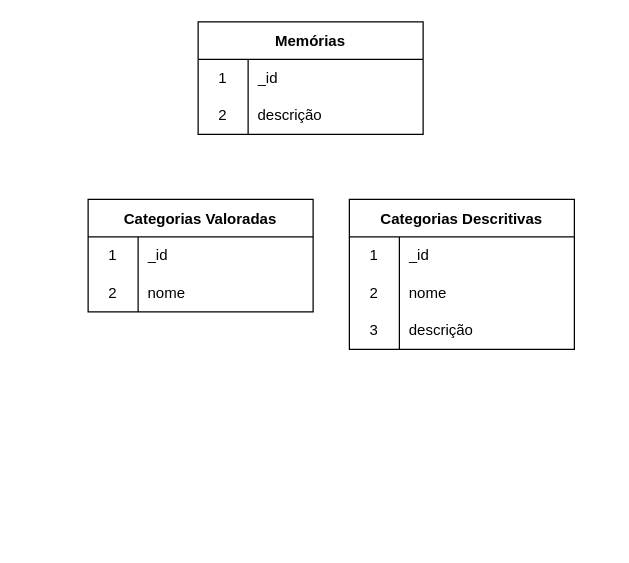
Earlier version of the draw.io diagram docs/diagrama_de_dados_aurora.drawio (marvinho-tn/aurora). Source tidied: cells renumbered, new cells numbered last; positions are measured from the earlier drawing's top-left corner, leaving out a move shared by most shapes. Both pictures are drawn from the tidied source at 125%, with x=0, y=0 at pixel (88, 21).
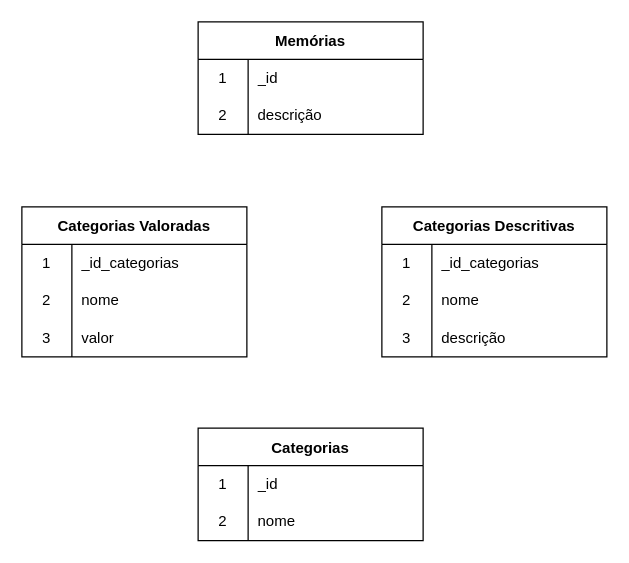
The same page after the edit.

The change refers to these unchanged cells:
```xml
<mxCell id="17" style="shape=tableRow;horizontal=0;startSize=0;swimlaneHead=0;swimlaneBody=0;top=0;left=0;bottom=0;right=0;fillColor=none;" parent="16" vertex="1">
  <mxGeometry y="30" width="180" height="30" as="geometry" />
</mxCell>
```

What changed in the source:
```diff
@@
-    <mxCell id="9" value="Categorias Valoradas" style="shape=table;startSize=30;childLayout=tableLayout;rowLines=0;fontStyle=1;" parent="1" vertex="1">
-      <mxGeometry y="142" width="180" height="90" as="geometry" />
-    </mxCell>
-    <mxCell id="10" style="shape=tableRow;horizontal=0;startSize=0;swimlaneHead=0;swimlaneBody=0;top=0;left=0;bottom=0;right=0;fillColor=none;" parent="9" vertex="1">
-      <mxGeometry y="30" width="180" height="30" as="geometry" />
-    </mxCell>
-    <mxCell id="11" value="1" style="shape=partialRectangle;html=1;whiteSpace=wrap;fillColor=none;top=0;left=0;bottom=0;right=0;overflow=hidden;" parent="10" vertex="1">
-      <mxGeometry width="40" height="30" as="geometry" />
-    </mxCell>
-    <mxCell id="12" value="_id" style="shape=partialRectangle;html=1;whiteSpace=wrap;fillColor=none;top=0;left=0;bottom=0;right=0;align=left;spacingLeft=6;overflow=hidden;" parent="10" vertex="1">
-      <mxGeometry x="40" width="140" height="30" as="geometry" />
-    </mxCell>
-    <mxCell id="13" style="shape=tableRow;horizontal=0;startSize=0;swimlaneHead=0;swimlaneBody=0;top=0;left=0;bottom=0;right=0;fillColor=none;" parent="9" vertex="1">
-      <mxGeometry y="60" width="180" height="30" as="geometry" />
-    </mxCell>
-    <mxCell id="14" value="2" style="shape=partialRectangle;html=1;whiteSpace=wrap;fillColor=none;top=0;left=0;bottom=0;right=0;overflow=hidden;" parent="13" vertex="1">
-      <mxGeometry width="40" height="30" as="geometry" />
-    </mxCell>
-    <mxCell id="15" value="nome" style="shape=partialRectangle;html=1;whiteSpace=wrap;fillColor=none;top=0;left=0;bottom=0;right=0;align=left;spacingLeft=6;overflow=hidden;" parent="13" vertex="1">
-      <mxGeometry x="40" width="140" height="30" as="geometry" />
-    </mxCell>
     <mxCell id="16" value="Categorias Descritivas" style="shape=table;startSize=30;childLayout=tableLayout;rowLines=0;fontStyle=1;" parent="1" vertex="1">
-      <mxGeometry x="209" y="142" width="180" height="120" as="geometry" />
+      <mxGeometry x="235" y="148" width="180" height="120" as="geometry" />
     </mxCell>
@@
-    <mxCell id="19" value="_id" style="shape=partialRectangle;html=1;whiteSpace=wrap;fillColor=none;top=0;left=0;bottom=0;right=0;align=left;spacingLeft=6;overflow=hidden;" parent="17" vertex="1">
+    <mxCell id="19" value="_id_categorias" style="shape=partialRectangle;html=1;whiteSpace=wrap;fillColor=none;top=0;left=0;bottom=0;right=0;align=left;spacingLeft=6;overflow=hidden;" parent="17" vertex="1">
       <mxGeometry x="40" width="140" height="30" as="geometry" />
     </mxCell>
@@
+    <mxCell id="26" value="Categorias" style="shape=table;startSize=30;childLayout=tableLayout;rowLines=0;fontStyle=1;" parent="1" vertex="1">
+      <mxGeometry x="88" y="325" width="180" height="90" as="geometry" />
+    </mxCell>
+    <mxCell id="27" style="shape=tableRow;horizontal=0;startSize=0;swimlaneHead=0;swimlaneBody=0;top=0;left=0;bottom=0;right=0;fillColor=none;" parent="26" vertex="1">
+      <mxGeometry y="30" width="180" height="30" as="geometry" />
+    </mxCell>
+    <mxCell id="28" value="1" style="shape=partialRectangle;html=1;whiteSpace=wrap;fillColor=none;top=0;left=0;bottom=0;right=0;overflow=hidden;" parent="27" vertex="1">
+      <mxGeometry width="40" height="30" as="geometry" />
+    </mxCell>
+    <mxCell id="12" value="_id" style="shape=partialRectangle;html=1;whiteSpace=wrap;fillColor=none;top=0;left=0;bottom=0;right=0;align=left;spacingLeft=6;overflow=hidden;" parent="27" vertex="1">
+      <mxGeometry x="40" width="140" height="30" as="geometry" />
+    </mxCell>
+    <mxCell id="29" style="shape=tableRow;horizontal=0;startSize=0;swimlaneHead=0;swimlaneBody=0;top=0;left=0;bottom=0;right=0;fillColor=none;" parent="26" vertex="1">
+      <mxGeometry y="60" width="180" height="30" as="geometry" />
+    </mxCell>
+    <mxCell id="30" value="2" style="shape=partialRectangle;html=1;whiteSpace=wrap;fillColor=none;top=0;left=0;bottom=0;right=0;overflow=hidden;" parent="29" vertex="1">
+      <mxGeometry width="40" height="30" as="geometry" />
+    </mxCell>
+    <mxCell id="31" value="nome" style="shape=partialRectangle;html=1;whiteSpace=wrap;fillColor=none;top=0;left=0;bottom=0;right=0;align=left;spacingLeft=6;overflow=hidden;" parent="29" vertex="1">
+      <mxGeometry x="40" width="140" height="30" as="geometry" />
+    </mxCell>
+    <mxCell id="9" value="Categorias Valoradas" style="shape=table;startSize=30;childLayout=tableLayout;rowLines=0;fontStyle=1;" parent="1" vertex="1">
+      <mxGeometry x="-53" y="148" width="180" height="120" as="geometry" />
+    </mxCell>
+    <mxCell id="32" style="shape=tableRow;horizontal=0;startSize=0;swimlaneHead=0;swimlaneBody=0;top=0;left=0;bottom=0;right=0;fillColor=none;" parent="9" vertex="1">
+      <mxGeometry y="30" width="180" height="30" as="geometry" />
+    </mxCell>
+    <mxCell id="33" value="1" style="shape=partialRectangle;html=1;whiteSpace=wrap;fillColor=none;top=0;left=0;bottom=0;right=0;overflow=hidden;" parent="32" vertex="1">
+      <mxGeometry width="40" height="30" as="geometry" />
+    </mxCell>
+    <mxCell id="34" value="_id_categorias" style="shape=partialRectangle;html=1;whiteSpace=wrap;fillColor=none;top=0;left=0;bottom=0;right=0;align=left;spacingLeft=6;overflow=hidden;" parent="32" vertex="1">
+      <mxGeometry x="40" width="140" height="30" as="geometry" />
+    </mxCell>
+    <mxCell id="35" style="shape=tableRow;horizontal=0;startSize=0;swimlaneHead=0;swimlaneBody=0;top=0;left=0;bottom=0;right=0;fillColor=none;" parent="9" vertex="1">
+      <mxGeometry y="60" width="180" height="30" as="geometry" />
+    </mxCell>
+    <mxCell id="36" value="2" style="shape=partialRectangle;html=1;whiteSpace=wrap;fillColor=none;top=0;left=0;bottom=0;right=0;overflow=hidden;" parent="35" vertex="1">
+      <mxGeometry width="40" height="30" as="geometry" />
+    </mxCell>
+    <mxCell id="37" value="nome" style="shape=partialRectangle;html=1;whiteSpace=wrap;fillColor=none;top=0;left=0;bottom=0;right=0;align=left;spacingLeft=6;overflow=hidden;" parent="35" vertex="1">
+      <mxGeometry x="40" width="140" height="30" as="geometry" />
+    </mxCell>
+    <mxCell id="38" style="shape=tableRow;horizontal=0;startSize=0;swimlaneHead=0;swimlaneBody=0;top=0;left=0;bottom=0;right=0;fillColor=none;" parent="9" vertex="1">
+      <mxGeometry y="90" width="180" height="30" as="geometry" />
+    </mxCell>
+    <mxCell id="39" value="3" style="shape=partialRectangle;html=1;whiteSpace=wrap;fillColor=none;top=0;left=0;bottom=0;right=0;overflow=hidden;" parent="38" vertex="1">
+      <mxGeometry width="40" height="30" as="geometry" />
+    </mxCell>
+    <mxCell id="40" value="valor" style="shape=partialRectangle;html=1;whiteSpace=wrap;fillColor=none;top=0;left=0;bottom=0;right=0;align=left;spacingLeft=6;overflow=hidden;" parent="38" vertex="1">
+      <mxGeometry x="40" width="140" height="30" as="geometry" />
+    </mxCell>
```
